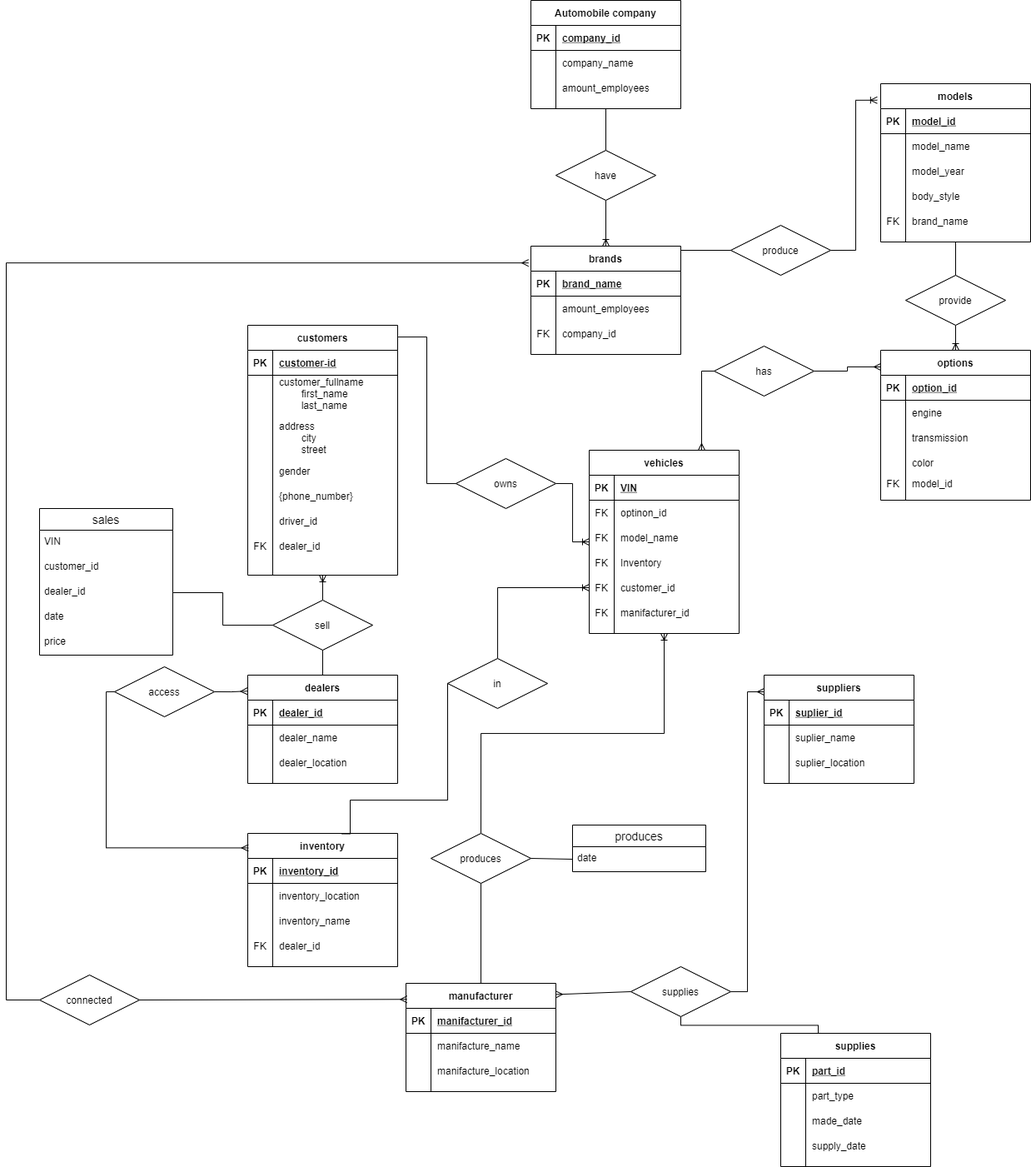
dari-kayoo/Database keeps this draw.io diagram as Project/Project.drawio.png. Above is the earlier version. Source tidied: cells renumbered, new cells last; positions are measured from the earlier drawing's top-left corner, leaving out a move shared by most shapes.
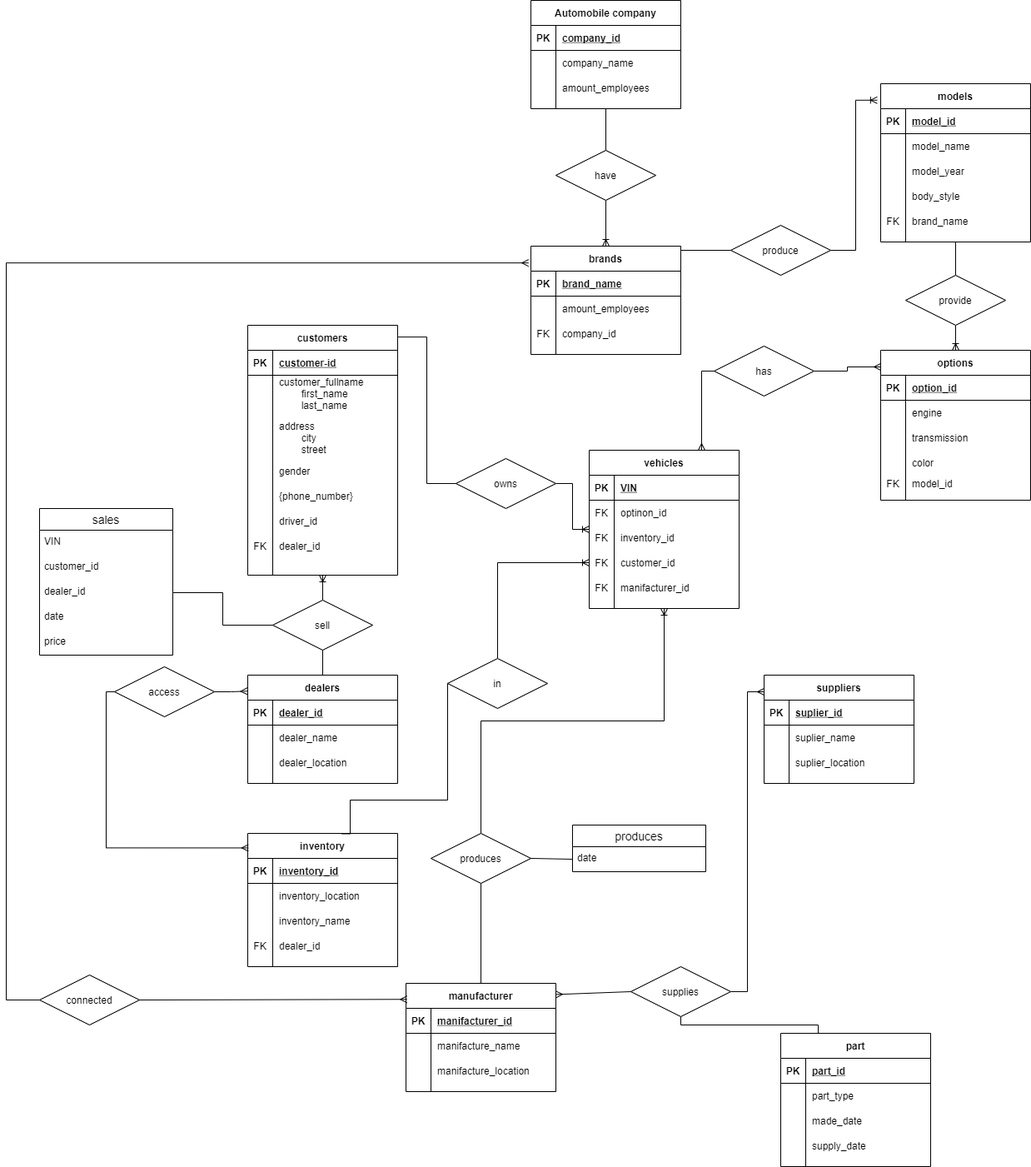
The same diagram one commit later.

Change to the diagram source:
```diff
@@ -3,7 +3,7 @@
     <mxCell id="0" />
     <mxCell id="1" parent="0" />
     <mxCell id="2" value="vehicles" style="shape=table;startSize=30;rowLines=0;fontStyle=1;align=center;" parent="1" vertex="1">
-      <mxGeometry x="700" y="540" width="180" height="220" as="geometry" />
+      <mxGeometry x="700" y="540" width="180" height="190" as="geometry" />
     </mxCell>
     <mxCell id="3" style="shape=partialRectangle;fillColor=none;top=0;left=0;bottom=1;right=0;" parent="2" vertex="1">
       <mxGeometry y="30" width="180" height="30" as="geometry" />
@@ -23,26 +23,17 @@
     <mxCell id="8" value="optinon_id" style="shape=partialRectangle;fillColor=none;top=0;left=0;bottom=0;right=0;align=left;spacingLeft=6;fontStyle=0;overflow=hidden;" parent="6" vertex="1">
       <mxGeometry x="30" width="150" height="30" as="geometry" />
     </mxCell>
-    <mxCell id="9" style="shape=partialRectangle;fillColor=none;top=0;left=0;bottom=0;right=0;" parent="2" vertex="1">
-      <mxGeometry y="90" width="180" height="30" as="geometry" />
-    </mxCell>
-    <mxCell id="10" value="FK" style="shape=partialRectangle;fillColor=none;top=0;left=0;bottom=0;right=0;fontStyle=0;overflow=hidden;" parent="9" vertex="1">
-      <mxGeometry width="30" height="30" as="geometry" />
-    </mxCell>
-    <mxCell id="11" value="model_name" style="shape=partialRectangle;fillColor=none;top=0;left=0;bottom=0;right=0;align=left;spacingLeft=6;fontStyle=0;overflow=hidden;" parent="9" vertex="1">
-      <mxGeometry x="30" width="150" height="30" as="geometry" />
-    </mxCell>
     <mxCell id="12" style="shape=partialRectangle;fillColor=none;top=0;left=0;bottom=0;right=0;" parent="2" vertex="1">
-      <mxGeometry y="120" width="180" height="30" as="geometry" />
+      <mxGeometry y="90" width="180" height="30" as="geometry" />
     </mxCell>
     <mxCell id="13" value="FK" style="shape=partialRectangle;fillColor=none;top=0;left=0;bottom=0;right=0;fontStyle=0;overflow=hidden;" parent="12" vertex="1">
       <mxGeometry width="30" height="30" as="geometry" />
     </mxCell>
-    <mxCell id="14" value="Inventory" style="shape=partialRectangle;fillColor=none;top=0;left=0;bottom=0;right=0;align=left;spacingLeft=6;fontStyle=0;overflow=hidden;" parent="12" vertex="1">
+    <mxCell id="14" value="inventory_id" style="shape=partialRectangle;fillColor=none;top=0;left=0;bottom=0;right=0;align=left;spacingLeft=6;fontStyle=0;overflow=hidden;" parent="12" vertex="1">
       <mxGeometry x="30" width="150" height="30" as="geometry" />
     </mxCell>
     <mxCell id="15" style="shape=partialRectangle;fillColor=none;top=0;left=0;bottom=0;right=0;points=[[0,0.5],[1,0.5]];portConstraint=eastwest;" parent="2" vertex="1">
-      <mxGeometry y="150" width="180" height="30" as="geometry" />
+      <mxGeometry y="120" width="180" height="30" as="geometry" />
     </mxCell>
     <mxCell id="16" value="FK" style="shape=partialRectangle;fillColor=none;top=0;left=0;bottom=0;right=0;fontStyle=0;overflow=hidden;" parent="15" vertex="1">
       <mxGeometry width="30" height="30" as="geometry" />
@@ -51,7 +42,7 @@
       <mxGeometry x="30" width="150" height="30" as="geometry" />
     </mxCell>
     <mxCell id="18" style="shape=partialRectangle;fillColor=none;top=0;left=0;bottom=0;right=0;" parent="2" vertex="1">
-      <mxGeometry y="180" width="180" height="30" as="geometry" />
+      <mxGeometry y="150" width="180" height="30" as="geometry" />
     </mxCell>
     <mxCell id="19" value="FK" style="shape=partialRectangle;fillColor=none;top=0;left=0;bottom=0;right=0;fontStyle=0;overflow=hidden;" parent="18" vertex="1">
       <mxGeometry width="30" height="30" as="geometry" />
@@ -521,7 +512,7 @@
     <mxCell id="170" style="edgeStyle=orthogonalEdgeStyle;fontSize=12;html=1;endArrow=none;startArrow=ERmany;rounded=0;entryX=0;entryY=0.5;entryDx=0;entryDy=0;exitX=0.004;exitY=0.109;exitDx=0;exitDy=0;exitPerimeter=0;" parent="1" edge="1" source="152" target="169">
       <mxGeometry relative="1" as="geometry" />
     </mxCell>
-    <mxCell id="171" value="supplies" style="shape=table;startSize=30;rowLines=0;fontStyle=1;align=center;" parent="1" vertex="1">
+    <mxCell id="171" value="part" style="shape=table;startSize=30;rowLines=0;fontStyle=1;align=center;" parent="1" vertex="1">
       <mxGeometry x="930" y="1240" width="180" height="160" as="geometry" />
     </mxCell>
     <mxCell id="172" style="shape=partialRectangle;fillColor=none;top=0;left=0;bottom=1;right=0;" parent="171" vertex="1">
```
